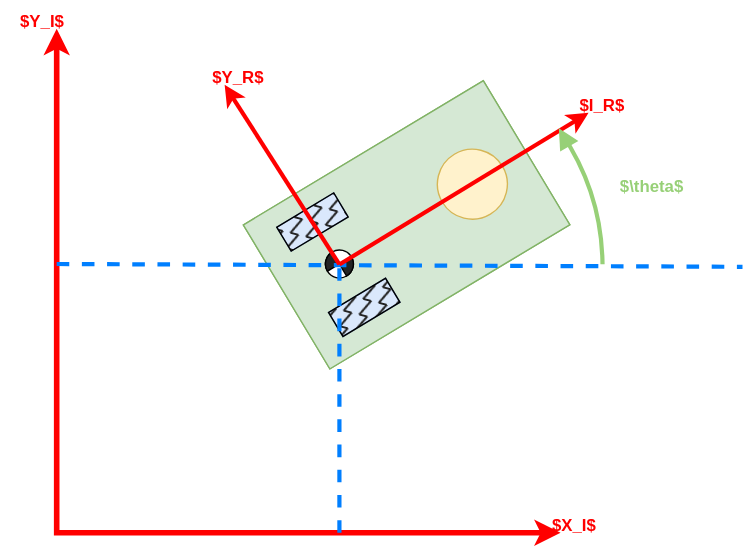
Before: Figures/figPositionalRepresentation.drawio.svg, a diagram exported from draw.io (orjano-max/ORJANOS_MASTER_REPO). Source tidied: cells renumbered, new cells last; positions are measured from the earlier drawing's top-left corner, leaving out a move shared by most shapes.
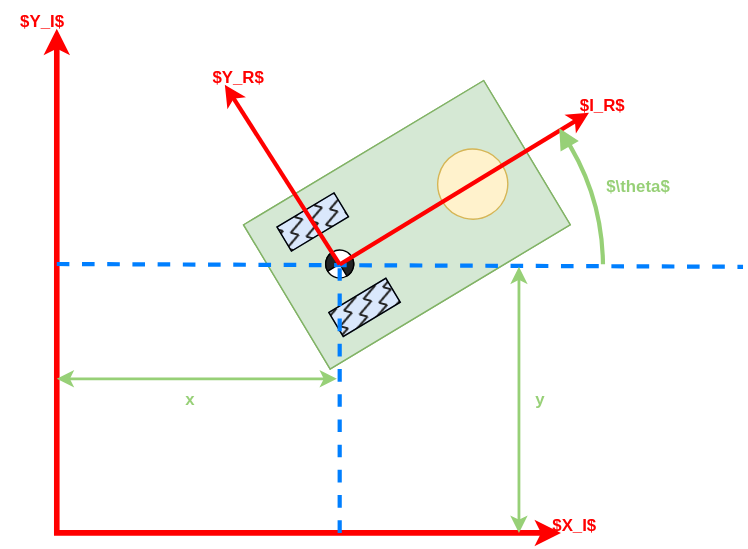
Later version of the same file.

What changed in the source:
```diff
@@ -84,8 +84,26 @@
     <mxCell id="23" style="verticalLabelPosition=bottom;verticalAlign=top;html=1;shape=mxgraph.basic.acute_triangle;dx=0.5;rotation=-30;strokeColor=none;fillColor=#97D077;" parent="1" vertex="1">
       <mxGeometry x="395" y="90" width="15" height="14.9" as="geometry" />
     </mxCell>
-    <mxCell id="24" value="&lt;b&gt;&lt;font color=&quot;#97d077&quot;&gt;$\theta$&lt;/font&gt;&lt;/b&gt;" style="text;html=1;align=center;verticalAlign=middle;strokeColor=none;fillColor=none;" parent="1" vertex="1">
-      <mxGeometry x="430" y="118" width="70" height="30" as="geometry" />
+    <mxCell id="24" value="&lt;b&gt;&lt;font&gt;$\theta$&lt;/font&gt;&lt;/b&gt;" style="text;html=1;align=center;verticalAlign=middle;strokeColor=none;fillColor=none;fontColor=#97D077;" parent="1" vertex="1">
+      <mxGeometry x="420" y="118" width="70" height="30" as="geometry" />
     </mxCell>
+    <mxCell id="25" value="&lt;b&gt;y&lt;/b&gt;" style="text;html=1;align=center;verticalAlign=middle;strokeColor=none;fillColor=none;fontColor=#97D077;" parent="1" vertex="1">
+      <mxGeometry x="370" y="270" width="30" height="30" as="geometry" />
+    </mxCell>
+    <mxCell id="26" value="&lt;b&gt;x&lt;/b&gt;" style="text;html=1;align=center;verticalAlign=middle;strokeColor=none;fillColor=none;fontColor=#97D077;" parent="1" vertex="1">
+      <mxGeometry x="120" y="270" width="30" height="30" as="geometry" />
+    </mxCell>
+    <mxCell id="27" style="endArrow=classic;html=1;rounded=0;startArrow=classic;startFill=1;endFill=1;strokeWidth=2;strokeColor=#97D077;" parent="1" edge="1">
+      <mxGeometry relative="1" as="geometry">
+        <mxPoint x="40" y="270" as="sourcePoint" />
+        <mxPoint x="240" y="270" as="targetPoint" />
+      </mxGeometry>
+    </mxCell>
+    <mxCell id="28" style="endArrow=classic;html=1;rounded=0;startArrow=classic;startFill=1;endFill=1;strokeWidth=2;strokeColor=#97D077;" parent="1" edge="1">
+      <mxGeometry relative="1" as="geometry">
+        <mxPoint x="370" y="190" as="sourcePoint" />
+        <mxPoint x="370" y="380" as="targetPoint" />
+      </mxGeometry>
+    </mxCell>
   </root>
 </mxGraphModel>
```
